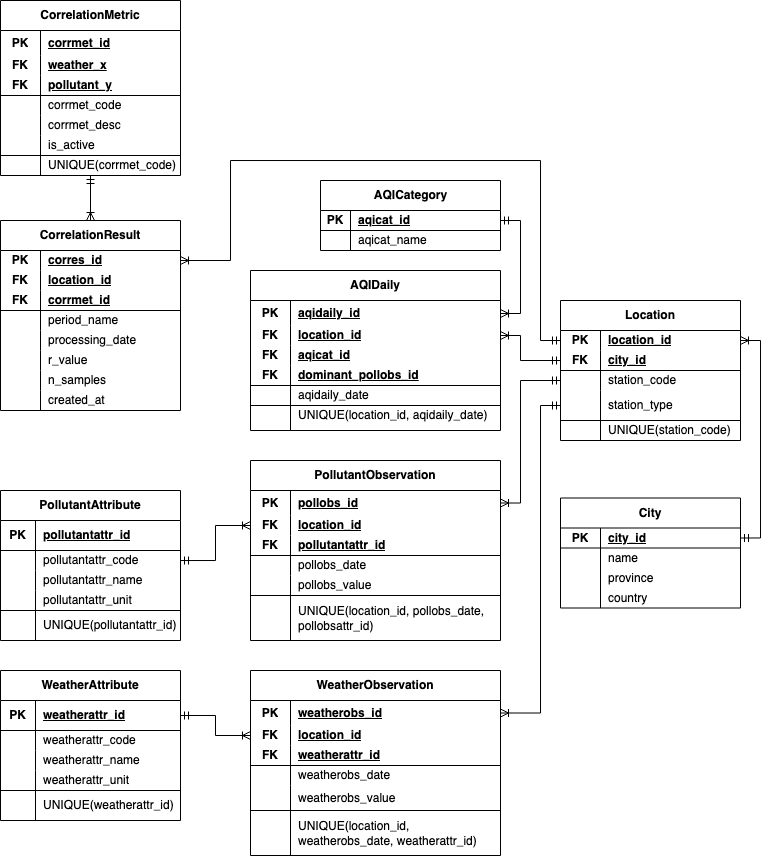
Earlier version of the draw.io export db_script/db_airweather_erd.png (sojujuu/metabase_dashboard). Source tidied: cells renumbered, new cells last; positions are measured from the earlier drawing's top-left corner, leaving out a move shared by most shapes.
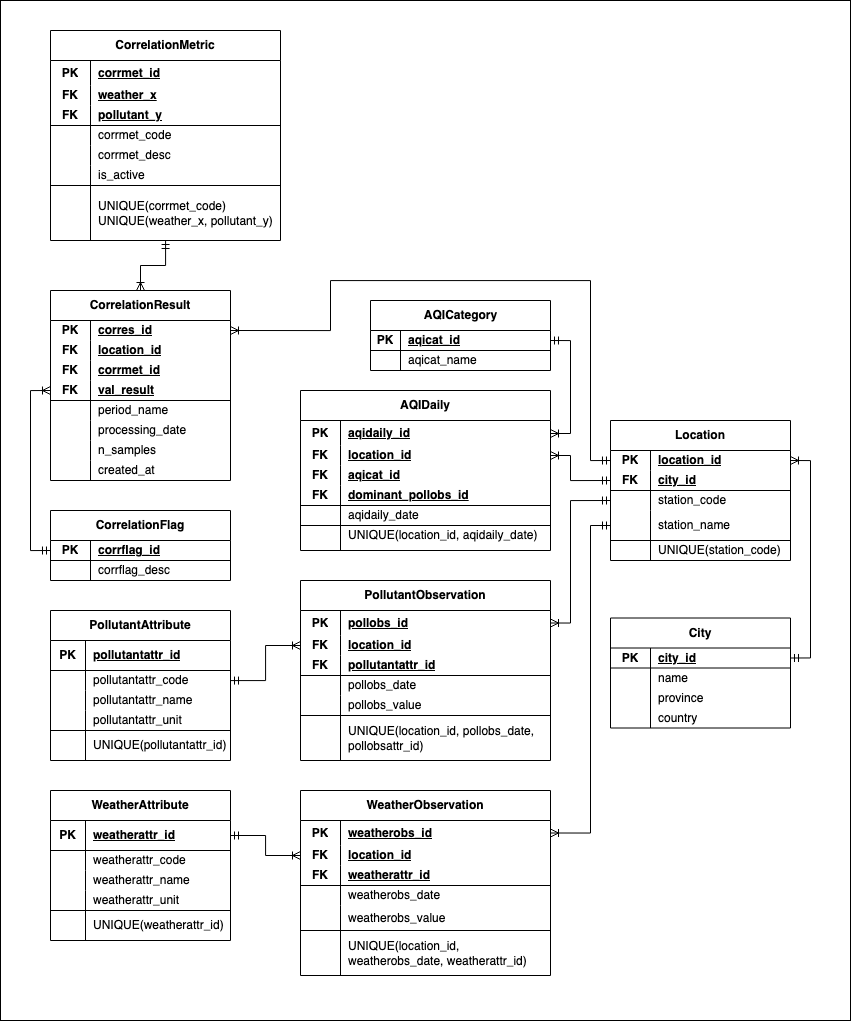
The same diagram one commit later.

The edit, as a diff of the source:
```diff
@@ -2,6 +2,9 @@
   <root>
     <mxCell id="0" />
     <mxCell id="1" parent="0" />
+    <mxCell id="183" style="rounded=0;whiteSpace=wrap;html=1;" parent="1" vertex="1">
+      <mxGeometry x="-50" y="-120" width="850" height="1020" as="geometry" />
+    </mxCell>
     <mxCell id="2" value="AQICategory" style="shape=table;startSize=30;rowLines=0;fontStyle=1;align=center;html=1;" parent="1" vertex="1">
       <mxGeometry x="320" y="180" width="180" height="70" as="geometry" />
     </mxCell>
@@ -59,7 +62,7 @@
     <mxCell id="20" style="shape=partialRectangle;fillColor=none;top=0;left=0;bottom=0;right=0;overflow=hidden;html=1;whiteSpace=wrap;" parent="19" vertex="1">
       <mxGeometry width="40" height="30" as="geometry" />
     </mxCell>
-    <mxCell id="21" value="station_type" style="shape=partialRectangle;fillColor=none;top=0;left=0;bottom=0;right=0;align=left;spacingLeft=6;overflow=hidden;html=1;whiteSpace=wrap;" parent="19" vertex="1">
+    <mxCell id="21" value="station_name" style="shape=partialRectangle;fillColor=none;top=0;left=0;bottom=0;right=0;align=left;spacingLeft=6;overflow=hidden;html=1;whiteSpace=wrap;" parent="19" vertex="1">
       <mxGeometry x="40" width="140" height="30" as="geometry" />
     </mxCell>
     <mxCell id="22" style="shape=tableRow;horizontal=0;startSize=0;swimlaneHead=0;swimlaneBody=0;fillColor=none;top=1;left=0;right=0;bottom=0;html=1;separatorColor=none;" parent="9" vertex="1">
@@ -80,7 +83,7 @@
       </mxGeometry>
     </mxCell>
     <mxCell id="26" value="&lt;span style=&quot;text-wrap-mode: nowrap;&quot;&gt;CorrelationResult&lt;/span&gt;" style="shape=table;startSize=30;rowLines=0;fontStyle=1;align=center;html=1;whiteSpace=wrap;" parent="1" vertex="1">
-      <mxGeometry y="220" width="180" height="190" as="geometry" />
+      <mxGeometry y="170" width="180" height="190" as="geometry" />
     </mxCell>
     <mxCell id="27" style="shape=tableRow;horizontal=0;startSize=0;swimlaneHead=0;swimlaneBody=0;fillColor=none;points=[[0,0.5],[1,0.5]];portConstraint=eastwest;top=0;left=0;right=0;bottom=0;html=1;" parent="26" vertex="1">
       <mxGeometry y="30" width="180" height="20" as="geometry" />
@@ -91,26 +94,35 @@
     <mxCell id="29" value="corres_id" style="shape=partialRectangle;fillColor=none;top=0;left=0;bottom=0;right=0;align=left;spacingLeft=6;fontStyle=5;overflow=hidden;html=1;whiteSpace=wrap;" parent="27" vertex="1">
       <mxGeometry x="40" width="140" height="20" as="geometry" />
     </mxCell>
+    <mxCell id="184" style="shape=tableRow;horizontal=0;startSize=0;swimlaneHead=0;swimlaneBody=0;fillColor=none;top=0;left=0;right=0;bottom=0;html=1;" parent="26" vertex="1">
+      <mxGeometry y="50" width="180" height="20" as="geometry" />
+    </mxCell>
+    <mxCell id="185" value="FK" style="shape=partialRectangle;fillColor=none;top=0;left=0;bottom=0;right=0;fontStyle=1;overflow=hidden;html=1;whiteSpace=wrap;" parent="184" vertex="1">
+      <mxGeometry width="40" height="20" as="geometry" />
+    </mxCell>
+    <mxCell id="186" value="location_id" style="shape=partialRectangle;fillColor=none;top=0;left=0;bottom=0;right=0;align=left;spacingLeft=6;fontStyle=5;overflow=hidden;html=1;whiteSpace=wrap;" parent="184" vertex="1">
+      <mxGeometry x="40" width="140" height="20" as="geometry" />
+    </mxCell>
     <mxCell id="30" style="shape=tableRow;horizontal=0;startSize=0;swimlaneHead=0;swimlaneBody=0;fillColor=none;top=0;left=0;right=0;bottom=0;html=1;" parent="26" vertex="1">
-      <mxGeometry y="50" width="180" height="20" as="geometry" />
+      <mxGeometry y="70" width="180" height="20" as="geometry" />
     </mxCell>
     <mxCell id="31" value="FK" style="shape=partialRectangle;fillColor=none;top=0;left=0;bottom=0;right=0;fontStyle=1;overflow=hidden;html=1;whiteSpace=wrap;" parent="30" vertex="1">
       <mxGeometry width="40" height="20" as="geometry" />
     </mxCell>
-    <mxCell id="32" value="location_id" style="shape=partialRectangle;fillColor=none;top=0;left=0;bottom=0;right=0;align=left;spacingLeft=6;fontStyle=5;overflow=hidden;html=1;whiteSpace=wrap;" parent="30" vertex="1">
+    <mxCell id="32" value="corrmet_id" style="shape=partialRectangle;fillColor=none;top=0;left=0;bottom=0;right=0;align=left;spacingLeft=6;fontStyle=5;overflow=hidden;html=1;whiteSpace=wrap;" parent="30" vertex="1">
       <mxGeometry x="40" width="140" height="20" as="geometry" />
     </mxCell>
     <mxCell id="33" style="shape=tableRow;horizontal=0;startSize=0;swimlaneHead=0;swimlaneBody=0;fillColor=none;points=[[0,0.5],[1,0.5]];portConstraint=eastwest;top=0;left=0;right=0;bottom=1;html=1;" parent="26" vertex="1">
-      <mxGeometry y="70" width="180" height="20" as="geometry" />
+      <mxGeometry y="90" width="180" height="20" as="geometry" />
     </mxCell>
     <mxCell id="34" value="FK" style="shape=partialRectangle;fillColor=none;top=0;left=0;bottom=0;right=0;fontStyle=1;overflow=hidden;html=1;whiteSpace=wrap;" parent="33" vertex="1">
       <mxGeometry width="40" height="20" as="geometry" />
     </mxCell>
-    <mxCell id="35" value="corrmet_id" style="shape=partialRectangle;fillColor=none;top=0;left=0;bottom=0;right=0;align=left;spacingLeft=6;fontStyle=5;overflow=hidden;html=1;whiteSpace=wrap;" parent="33" vertex="1">
+    <mxCell id="35" value="val_result" style="shape=partialRectangle;fillColor=none;top=0;left=0;bottom=0;right=0;align=left;spacingLeft=6;fontStyle=5;overflow=hidden;html=1;whiteSpace=wrap;" parent="33" vertex="1">
       <mxGeometry x="40" width="140" height="20" as="geometry" />
     </mxCell>
     <mxCell id="36" style="shape=tableRow;horizontal=0;startSize=0;swimlaneHead=0;swimlaneBody=0;fillColor=none;top=0;left=0;right=0;bottom=0;html=1;" parent="26" vertex="1">
-      <mxGeometry y="90" width="180" height="20" as="geometry" />
+      <mxGeometry y="110" width="180" height="20" as="geometry" />
     </mxCell>
     <mxCell id="37" style="shape=partialRectangle;fillColor=none;top=0;left=0;bottom=0;right=0;overflow=hidden;html=1;whiteSpace=wrap;" parent="36" vertex="1">
       <mxGeometry width="40" height="20" as="geometry" />
@@ -119,7 +131,7 @@
       <mxGeometry x="40" width="140" height="20" as="geometry" />
     </mxCell>
     <mxCell id="39" style="shape=tableRow;horizontal=0;startSize=0;swimlaneHead=0;swimlaneBody=0;fillColor=none;top=0;left=0;right=0;bottom=0;html=1;" parent="26" vertex="1">
-      <mxGeometry y="110" width="180" height="20" as="geometry" />
+      <mxGeometry y="130" width="180" height="20" as="geometry" />
     </mxCell>
     <mxCell id="40" style="shape=partialRectangle;fillColor=none;top=0;left=0;bottom=0;right=0;overflow=hidden;html=1;whiteSpace=wrap;" parent="39" vertex="1">
       <mxGeometry width="40" height="20" as="geometry" />
@@ -127,15 +139,6 @@
     <mxCell id="41" value="processing_date" style="shape=partialRectangle;fillColor=none;top=0;left=0;bottom=0;right=0;align=left;spacingLeft=6;overflow=hidden;html=1;whiteSpace=wrap;" parent="39" vertex="1">
       <mxGeometry x="40" width="140" height="20" as="geometry" />
     </mxCell>
-    <mxCell id="42" style="shape=tableRow;horizontal=0;startSize=0;swimlaneHead=0;swimlaneBody=0;fillColor=none;top=0;left=0;right=0;bottom=0;html=1;" parent="26" vertex="1">
-      <mxGeometry y="130" width="180" height="20" as="geometry" />
-    </mxCell>
-    <mxCell id="43" style="shape=partialRectangle;fillColor=none;top=0;left=0;bottom=0;right=0;overflow=hidden;html=1;whiteSpace=wrap;" parent="42" vertex="1">
-      <mxGeometry width="40" height="20" as="geometry" />
-    </mxCell>
-    <mxCell id="44" value="r_value" style="shape=partialRectangle;fillColor=none;top=0;left=0;bottom=0;right=0;align=left;spacingLeft=6;overflow=hidden;html=1;whiteSpace=wrap;" parent="42" vertex="1">
-      <mxGeometry x="40" width="140" height="20" as="geometry" />
-    </mxCell>
     <mxCell id="45" style="shape=tableRow;horizontal=0;startSize=0;swimlaneHead=0;swimlaneBody=0;fillColor=none;top=0;left=0;right=0;bottom=0;html=1;" parent="26" vertex="1">
       <mxGeometry y="150" width="180" height="20" as="geometry" />
     </mxCell>
@@ -378,8 +381,8 @@
         <Array as="points">
           <mxPoint x="540" y="340" />
           <mxPoint x="540" y="160" />
-          <mxPoint x="230" y="160" />
-          <mxPoint x="230" y="260" />
+          <mxPoint x="280" y="160" />
+          <mxPoint x="280" y="210" />
         </Array>
       </mxGeometry>
     </mxCell>
@@ -412,70 +415,70 @@
       <mxGeometry relative="1" as="geometry" />
     </mxCell>
     <mxCell id="127" value="&lt;span style=&quot;text-wrap-mode: nowrap;&quot;&gt;CorrelationMetric&lt;/span&gt;" style="shape=table;startSize=30;rowLines=0;fontStyle=1;align=center;html=1;whiteSpace=wrap;" parent="1" vertex="1">
-      <mxGeometry width="180" height="175" as="geometry" />
+      <mxGeometry y="-90" width="230" height="210" as="geometry" />
     </mxCell>
     <mxCell id="128" style="shape=tableRow;horizontal=0;startSize=0;swimlaneHead=0;swimlaneBody=0;fillColor=none;top=0;left=0;right=0;bottom=0;html=1;" parent="127" vertex="1">
-      <mxGeometry y="30" width="180" height="25" as="geometry" />
+      <mxGeometry y="30" width="230" height="25" as="geometry" />
     </mxCell>
     <mxCell id="129" value="PK" style="shape=partialRectangle;fillColor=none;top=0;left=0;bottom=0;right=0;fontStyle=1;overflow=hidden;html=1;whiteSpace=wrap;" parent="128" vertex="1">
       <mxGeometry width="40" height="25" as="geometry" />
     </mxCell>
     <mxCell id="130" value="corrmet_id" style="shape=partialRectangle;fillColor=none;top=0;left=0;bottom=0;right=0;align=left;spacingLeft=6;fontStyle=5;overflow=hidden;html=1;whiteSpace=wrap;" parent="128" vertex="1">
-      <mxGeometry x="40" width="140" height="25" as="geometry" />
+      <mxGeometry x="40" width="190" height="25" as="geometry" />
     </mxCell>
     <mxCell id="131" style="shape=tableRow;horizontal=0;startSize=0;swimlaneHead=0;swimlaneBody=0;fillColor=none;top=0;left=0;right=0;bottom=0;html=1;" parent="127" vertex="1">
-      <mxGeometry y="55" width="180" height="20" as="geometry" />
+      <mxGeometry y="55" width="230" height="20" as="geometry" />
     </mxCell>
     <mxCell id="132" value="FK" style="shape=partialRectangle;fillColor=none;top=0;left=0;bottom=0;right=0;fontStyle=1;overflow=hidden;html=1;whiteSpace=wrap;" parent="131" vertex="1">
       <mxGeometry width="40" height="20" as="geometry" />
     </mxCell>
     <mxCell id="133" value="weather_x" style="shape=partialRectangle;fillColor=none;top=0;left=0;bottom=0;right=0;align=left;spacingLeft=6;fontStyle=5;overflow=hidden;html=1;whiteSpace=wrap;" parent="131" vertex="1">
-      <mxGeometry x="40" width="140" height="20" as="geometry" />
+      <mxGeometry x="40" width="190" height="20" as="geometry" />
     </mxCell>
     <mxCell id="134" style="shape=tableRow;horizontal=0;startSize=0;swimlaneHead=0;swimlaneBody=0;fillColor=none;top=0;left=0;right=0;bottom=1;html=1;" parent="127" vertex="1">
-      <mxGeometry y="75" width="180" height="20" as="geometry" />
+      <mxGeometry y="75" width="230" height="20" as="geometry" />
     </mxCell>
     <mxCell id="135" value="FK" style="shape=partialRectangle;fillColor=none;top=0;left=0;bottom=0;right=0;fontStyle=1;overflow=hidden;html=1;whiteSpace=wrap;" parent="134" vertex="1">
       <mxGeometry width="40" height="20" as="geometry" />
     </mxCell>
     <mxCell id="136" value="pollutant_y" style="shape=partialRectangle;fillColor=none;top=0;left=0;bottom=0;right=0;align=left;spacingLeft=6;fontStyle=5;overflow=hidden;html=1;whiteSpace=wrap;" parent="134" vertex="1">
-      <mxGeometry x="40" width="140" height="20" as="geometry" />
+      <mxGeometry x="40" width="190" height="20" as="geometry" />
     </mxCell>
     <mxCell id="137" style="shape=tableRow;horizontal=0;startSize=0;swimlaneHead=0;swimlaneBody=0;fillColor=none;top=0;left=0;right=0;bottom=0;html=1;" parent="127" vertex="1">
-      <mxGeometry y="95" width="180" height="20" as="geometry" />
+      <mxGeometry y="95" width="230" height="20" as="geometry" />
     </mxCell>
     <mxCell id="138" style="shape=partialRectangle;fillColor=none;top=0;left=0;bottom=0;right=0;overflow=hidden;html=1;whiteSpace=wrap;" parent="137" vertex="1">
       <mxGeometry width="40" height="20" as="geometry" />
     </mxCell>
     <mxCell id="139" value="corrmet_code" style="shape=partialRectangle;fillColor=none;top=0;left=0;bottom=0;right=0;align=left;spacingLeft=6;overflow=hidden;html=1;whiteSpace=wrap;" parent="137" vertex="1">
-      <mxGeometry x="40" width="140" height="20" as="geometry" />
+      <mxGeometry x="40" width="190" height="20" as="geometry" />
     </mxCell>
     <mxCell id="140" style="shape=tableRow;horizontal=0;startSize=0;swimlaneHead=0;swimlaneBody=0;fillColor=none;top=0;left=0;right=0;bottom=0;html=1;" parent="127" vertex="1">
-      <mxGeometry y="115" width="180" height="20" as="geometry" />
+      <mxGeometry y="115" width="230" height="20" as="geometry" />
     </mxCell>
     <mxCell id="141" style="shape=partialRectangle;fillColor=none;top=0;left=0;bottom=0;right=0;overflow=hidden;html=1;whiteSpace=wrap;" parent="140" vertex="1">
       <mxGeometry width="40" height="20" as="geometry" />
     </mxCell>
     <mxCell id="142" value="corrmet_desc" style="shape=partialRectangle;fillColor=none;top=0;left=0;bottom=0;right=0;align=left;spacingLeft=6;overflow=hidden;html=1;whiteSpace=wrap;" parent="140" vertex="1">
-      <mxGeometry x="40" width="140" height="20" as="geometry" />
+      <mxGeometry x="40" width="190" height="20" as="geometry" />
     </mxCell>
     <mxCell id="143" style="shape=tableRow;horizontal=0;startSize=0;swimlaneHead=0;swimlaneBody=0;fillColor=none;top=0;left=0;right=0;bottom=0;html=1;" parent="127" vertex="1">
-      <mxGeometry y="135" width="180" height="20" as="geometry" />
+      <mxGeometry y="135" width="230" height="20" as="geometry" />
     </mxCell>
     <mxCell id="144" style="shape=partialRectangle;fillColor=none;top=0;left=0;bottom=0;right=0;overflow=hidden;html=1;whiteSpace=wrap;" parent="143" vertex="1">
       <mxGeometry width="40" height="20" as="geometry" />
     </mxCell>
     <mxCell id="145" value="is_active" style="shape=partialRectangle;fillColor=none;top=0;left=0;bottom=0;right=0;align=left;spacingLeft=6;overflow=hidden;html=1;whiteSpace=wrap;" parent="143" vertex="1">
-      <mxGeometry x="40" width="140" height="20" as="geometry" />
+      <mxGeometry x="40" width="190" height="20" as="geometry" />
     </mxCell>
     <mxCell id="146" style="shape=tableRow;horizontal=0;startSize=0;swimlaneHead=0;swimlaneBody=0;fillColor=none;top=1;left=0;right=0;bottom=0;html=1;separatorColor=none;" parent="127" vertex="1">
-      <mxGeometry y="155" width="180" height="20" as="geometry" />
+      <mxGeometry y="155" width="230" height="55" as="geometry" />
     </mxCell>
     <mxCell id="147" style="shape=partialRectangle;fillColor=none;top=0;left=0;bottom=0;right=0;overflow=hidden;html=1;whiteSpace=wrap;" parent="146" vertex="1">
-      <mxGeometry width="40" height="20" as="geometry" />
+      <mxGeometry width="40" height="55" as="geometry" />
     </mxCell>
-    <mxCell id="148" value="UNIQUE(corrmet_code)" style="shape=partialRectangle;fillColor=none;top=0;left=0;bottom=0;right=0;align=left;spacingLeft=6;overflow=hidden;html=1;whiteSpace=wrap;" parent="146" vertex="1">
-      <mxGeometry x="40" width="140" height="20" as="geometry" />
+    <mxCell id="148" value="UNIQUE(corrmet_code)&lt;div&gt;UNIQUE(weather_x, pollutant_y)&lt;/div&gt;" style="shape=partialRectangle;fillColor=none;top=0;left=0;bottom=0;right=0;align=left;spacingLeft=6;overflow=hidden;html=1;whiteSpace=wrap;" parent="146" vertex="1">
+      <mxGeometry x="40" width="190" height="55" as="geometry" />
     </mxCell>
     <mxCell id="149" value="&lt;span style=&quot;text-wrap-mode: nowrap;&quot;&gt;WeatherAttribute&lt;/span&gt;" style="shape=table;startSize=30;rowLines=0;fontStyle=1;align=center;html=1;whiteSpace=wrap;" parent="1" vertex="1">
       <mxGeometry y="670" width="180" height="150" as="geometry" />
@@ -579,5 +582,29 @@
     <mxCell id="182" style="edgeStyle=orthogonalEdgeStyle;rounded=0;jettySize=auto;html=1;entryX=0;entryY=0.5;entryDx=0;entryDy=0;endArrow=ERoneToMany;endFill=0;startArrow=ERmandOne;startFill=0;" parent="1" edge="1" source="169" target="74">
       <mxGeometry relative="1" as="geometry" />
     </mxCell>
+    <mxCell id="187" value="&lt;span style=&quot;text-wrap-mode: nowrap;&quot;&gt;CorrelationFlag&lt;/span&gt;" style="shape=table;startSize=30;rowLines=0;fontStyle=1;align=center;html=1;whiteSpace=wrap;" parent="1" vertex="1">
+      <mxGeometry y="390" width="180" height="70" as="geometry" />
+    </mxCell>
+    <mxCell id="188" style="shape=tableRow;horizontal=0;startSize=0;swimlaneHead=0;swimlaneBody=0;fillColor=none;points=[[0,0.5],[1,0.5]];portConstraint=eastwest;top=0;left=0;right=0;bottom=1;html=1;" parent="187" vertex="1">
+      <mxGeometry y="30" width="180" height="20" as="geometry" />
+    </mxCell>
+    <mxCell id="189" value="PK" style="shape=partialRectangle;fillColor=none;top=0;left=0;bottom=0;right=0;fontStyle=1;overflow=hidden;html=1;whiteSpace=wrap;" parent="188" vertex="1">
+      <mxGeometry width="40" height="20" as="geometry" />
+    </mxCell>
+    <mxCell id="190" value="corrflag_id" style="shape=partialRectangle;fillColor=none;top=0;left=0;bottom=0;right=0;align=left;spacingLeft=6;fontStyle=5;overflow=hidden;html=1;whiteSpace=wrap;" parent="188" vertex="1">
+      <mxGeometry x="40" width="140" height="20" as="geometry" />
+    </mxCell>
+    <mxCell id="191" style="shape=tableRow;horizontal=0;startSize=0;swimlaneHead=0;swimlaneBody=0;fillColor=none;top=0;left=0;right=0;bottom=0;html=1;" parent="187" vertex="1">
+      <mxGeometry y="50" width="180" height="20" as="geometry" />
+    </mxCell>
+    <mxCell id="43" style="shape=partialRectangle;fillColor=none;top=0;left=0;bottom=0;right=0;overflow=hidden;html=1;whiteSpace=wrap;" parent="191" vertex="1">
+      <mxGeometry width="40" height="20" as="geometry" />
+    </mxCell>
+    <mxCell id="192" value="corrflag_desc" style="shape=partialRectangle;fillColor=none;top=0;left=0;bottom=0;right=0;align=left;spacingLeft=6;overflow=hidden;html=1;whiteSpace=wrap;" parent="191" vertex="1">
+      <mxGeometry x="40" width="140" height="20" as="geometry" />
+    </mxCell>
+    <mxCell id="193" style="edgeStyle=orthogonalEdgeStyle;rounded=0;jettySize=auto;html=1;entryX=0;entryY=0.5;entryDx=0;entryDy=0;endArrow=ERoneToMany;endFill=0;startArrow=ERmandOne;startFill=0;exitX=0;exitY=0.5;exitDx=0;exitDy=0;" parent="1" edge="1" source="188" target="33">
+      <mxGeometry relative="1" as="geometry" />
+    </mxCell>
   </root>
 </mxGraphModel>
```
